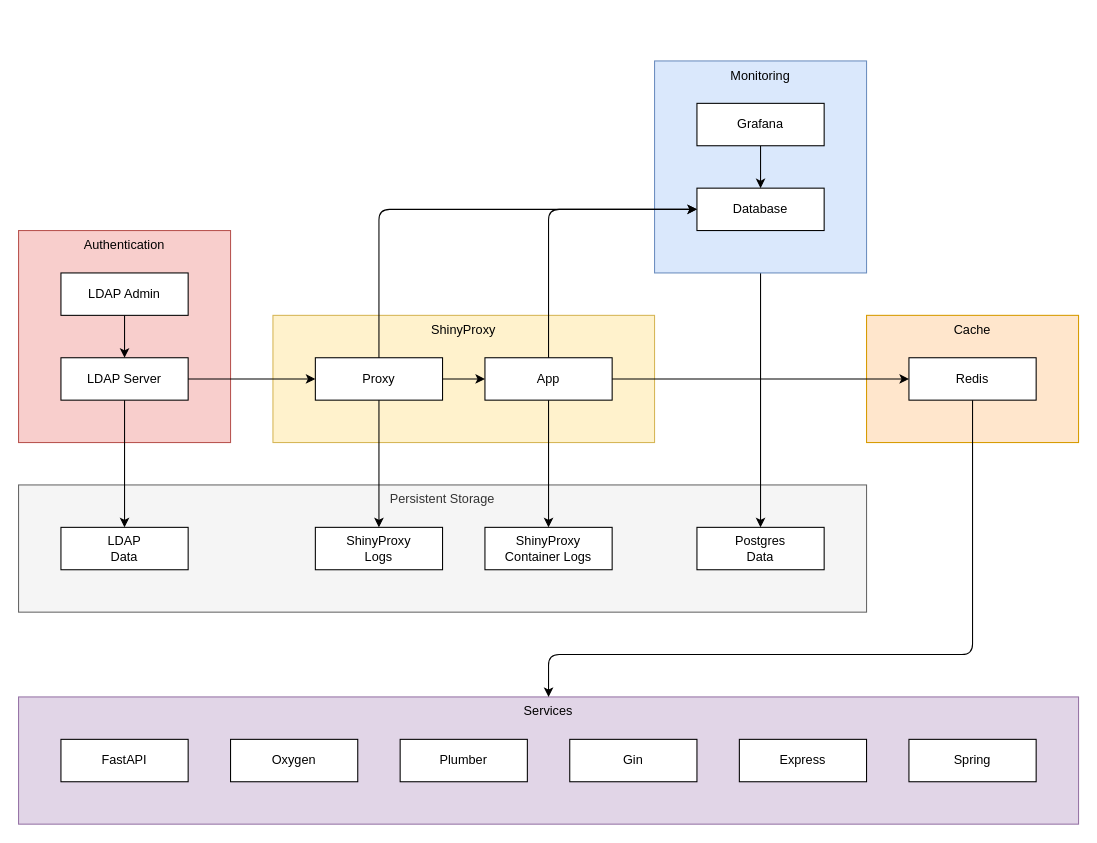
Before: architecture.drawio in Gotfrid/shiny-system-design, a draw.io diagram. Source tidied: cells renumbered, new cells numbered last; positions are measured from the earlier drawing's top-left corner, leaving out a move shared by most shapes. Both pictures are drawn from the tidied source at 106%, with x=0, y=0 at pixel (18, 60).
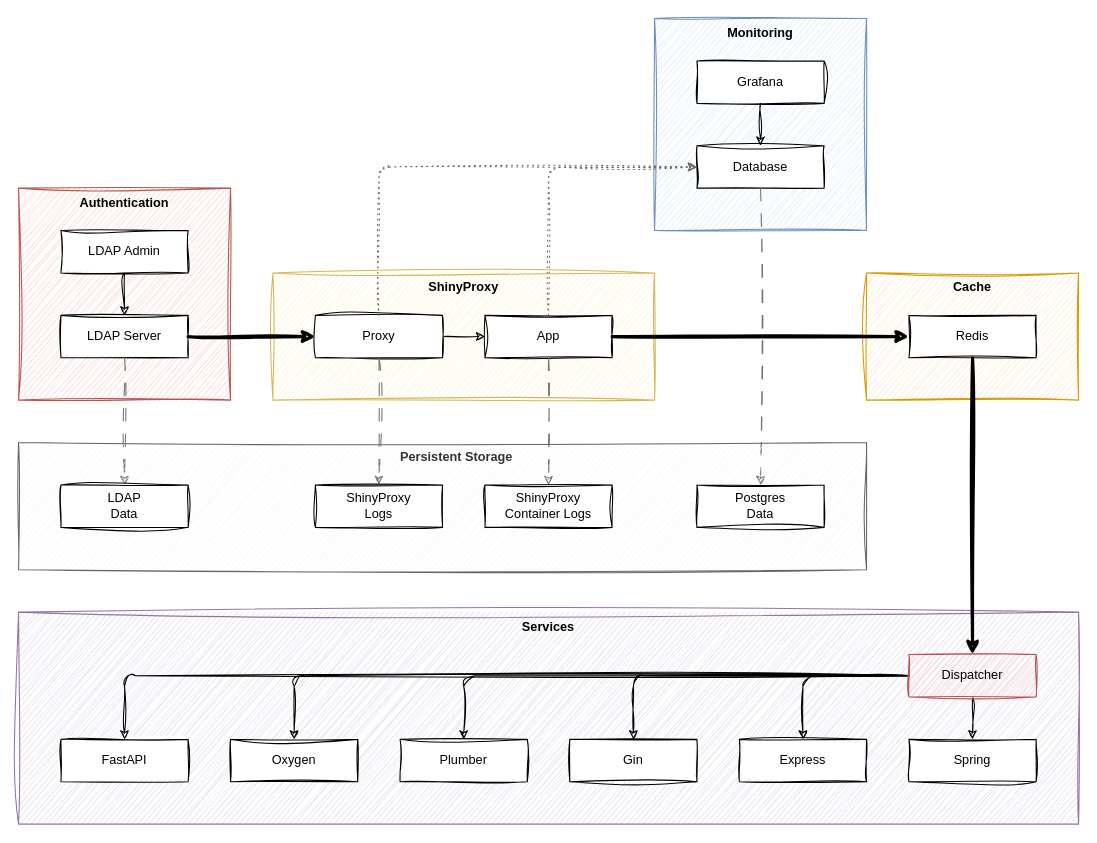
The same diagram, later.

Commit message:
feat: styled architecture

What changed in the source:
```diff
@@
-    <mxCell id="2" style="group;" parent="1" vertex="1">
-      <mxGeometry y="160" width="200" height="200" as="geometry" />
+    <mxCell id="2" style="group;fontStyle=1;sketch=1;curveFitting=1;jiggle=2;" parent="1" vertex="1">
+      <mxGeometry y="120" width="200" height="200" as="geometry" />
     </mxCell>
-    <mxCell id="3" value="Authentication" style="whiteSpace=wrap;html=1;verticalAlign=top;fillColor=#f8cecc;strokeColor=#b85450;" parent="2" vertex="1">
+    <mxCell id="3" value="Authentication" style="whiteSpace=wrap;html=1;verticalAlign=top;fillColor=#f8cecc;strokeColor=#b85450;fontStyle=1;sketch=1;curveFitting=1;jiggle=2;" parent="2" vertex="1">
       <mxGeometry width="200" height="200" as="geometry" />
     </mxCell>
-    <mxCell id="4" value="LDAP Server" style="whiteSpace=wrap;html=1;" parent="2" vertex="1">
+    <mxCell id="4" value="LDAP Server" style="whiteSpace=wrap;html=1;sketch=1;curveFitting=1;jiggle=2;" parent="2" vertex="1">
       <mxGeometry x="40" y="120" width="120" height="40" as="geometry" />
     </mxCell>
-    <mxCell id="5" style="edgeStyle=none;html=1;" parent="2" edge="1" source="6" target="4">
+    <mxCell id="5" style="edgeStyle=none;html=1;sketch=1;curveFitting=1;jiggle=2;" parent="2" edge="1" source="6" target="4">
       <mxGeometry relative="1" as="geometry" />
     </mxCell>
-    <mxCell id="6" value="LDAP Admin" style="whiteSpace=wrap;html=1;" parent="2" vertex="1">
+    <mxCell id="6" value="LDAP Admin" style="whiteSpace=wrap;html=1;sketch=1;curveFitting=1;jiggle=2;" parent="2" vertex="1">
       <mxGeometry x="40" y="40" width="120" height="40" as="geometry" />
     </mxCell>
-    <mxCell id="7" style="group;verticalAlign=top;" parent="1" vertex="1">
-      <mxGeometry y="400" width="800" height="120" as="geometry" />
-    </mxCell>
-    <mxCell id="8" value="Persistent Storage" style="whiteSpace=wrap;html=1;fillColor=#f5f5f5;fontColor=#333333;strokeColor=#666666;align=center;verticalAlign=top;" parent="7" vertex="1">
-      <mxGeometry width="800" height="120" as="geometry" />
-    </mxCell>
-    <mxCell id="9" value="LDAP&lt;div&gt;Data&lt;/div&gt;" style="whiteSpace=wrap;html=1;" parent="7" vertex="1">
-      <mxGeometry x="40" y="40" width="120" height="40" as="geometry" />
-    </mxCell>
-    <mxCell id="10" value="ShinyProxy&lt;div&gt;Logs&lt;/div&gt;" style="whiteSpace=wrap;html=1;" parent="7" vertex="1">
-      <mxGeometry x="280" y="40" width="120" height="40" as="geometry" />
-    </mxCell>
-    <mxCell id="11" value="ShinyProxy&lt;div&gt;Container Logs&lt;/div&gt;" style="whiteSpace=wrap;html=1;" parent="7" vertex="1">
-      <mxGeometry x="440" y="40" width="120" height="40" as="geometry" />
-    </mxCell>
-    <mxCell id="12" value="Postgres&lt;div&gt;Data&lt;/div&gt;" style="whiteSpace=wrap;html=1;" parent="7" vertex="1">
-      <mxGeometry x="640" y="40" width="120" height="40" as="geometry" />
-    </mxCell>
-    <mxCell id="13" style="edgeStyle=none;html=1;exitX=0.5;exitY=1;exitDx=0;exitDy=0;entryX=0.5;entryY=0;entryDx=0;entryDy=0;" parent="1" edge="1" source="4" target="9">
-      <mxGeometry relative="1" as="geometry" />
-    </mxCell>
-    <mxCell id="14" style="group;" parent="1" vertex="1">
-      <mxGeometry x="240" y="240" width="360" height="120" as="geometry" />
+    <mxCell id="14" style="group;sketch=1;curveFitting=1;jiggle=2;" parent="1" vertex="1">
+      <mxGeometry x="240" y="200" width="360" height="120" as="geometry" />
     </mxCell>
-    <mxCell id="15" value="ShinyProxy" style="whiteSpace=wrap;html=1;verticalAlign=top;fillColor=#fff2cc;strokeColor=#d6b656;" parent="14" vertex="1">
+    <mxCell id="15" value="ShinyProxy" style="whiteSpace=wrap;html=1;verticalAlign=top;fillColor=#fff2cc;strokeColor=#d6b656;fontStyle=1;sketch=1;curveFitting=1;jiggle=2;" parent="14" vertex="1">
       <mxGeometry width="360" height="120" as="geometry" />
     </mxCell>
-    <mxCell id="16" value="App" style="whiteSpace=wrap;html=1;" parent="14" vertex="1">
+    <mxCell id="16" value="App" style="whiteSpace=wrap;html=1;sketch=1;curveFitting=1;jiggle=2;" parent="14" vertex="1">
       <mxGeometry x="200" y="40" width="120" height="40" as="geometry" />
     </mxCell>
-    <mxCell id="17" style="edgeStyle=none;html=1;" parent="14" edge="1" source="18" target="16">
+    <mxCell id="17" style="edgeStyle=none;html=1;sketch=1;curveFitting=1;jiggle=2;" parent="14" edge="1" source="18" target="16">
       <mxGeometry relative="1" as="geometry" />
     </mxCell>
-    <mxCell id="18" value="Proxy" style="whiteSpace=wrap;html=1;" parent="14" vertex="1">
+    <mxCell id="18" value="Proxy" style="whiteSpace=wrap;html=1;sketch=1;curveFitting=1;jiggle=2;" parent="14" vertex="1">
       <mxGeometry x="40" y="40" width="120" height="40" as="geometry" />
     </mxCell>
-    <mxCell id="19" style="edgeStyle=none;html=1;exitX=1;exitY=0.5;exitDx=0;exitDy=0;entryX=0;entryY=0.5;entryDx=0;entryDy=0;" parent="1" edge="1" source="4" target="18">
+    <mxCell id="19" style="edgeStyle=none;html=1;exitX=1;exitY=0.5;exitDx=0;exitDy=0;entryX=0;entryY=0.5;entryDx=0;entryDy=0;strokeWidth=3;sketch=1;curveFitting=1;jiggle=2;" parent="1" edge="1" source="4" target="18">
       <mxGeometry relative="1" as="geometry" />
     </mxCell>
-    <mxCell id="20" style="edgeStyle=none;html=1;exitX=0.5;exitY=1;exitDx=0;exitDy=0;entryX=0.5;entryY=0;entryDx=0;entryDy=0;" parent="1" edge="1" source="18" target="10">
-      <mxGeometry relative="1" as="geometry" />
-    </mxCell>
-    <mxCell id="21" style="edgeStyle=none;html=1;exitX=0.5;exitY=1;exitDx=0;exitDy=0;entryX=0.5;entryY=0;entryDx=0;entryDy=0;" parent="1" edge="1" source="16" target="11">
-      <mxGeometry relative="1" as="geometry" />
-    </mxCell>
-    <mxCell id="22" style="edgeStyle=none;html=1;exitX=0.5;exitY=1;exitDx=0;exitDy=0;entryX=0.5;entryY=0;entryDx=0;entryDy=0;" parent="1" edge="1" source="36" target="12">
-      <mxGeometry relative="1" as="geometry" />
-    </mxCell>
-    <mxCell id="23" style="group;" parent="1" vertex="1">
-      <mxGeometry x="800" y="240" width="200" height="120" as="geometry" />
+    <mxCell id="23" style="group;sketch=1;curveFitting=1;jiggle=2;" parent="1" vertex="1">
+      <mxGeometry x="800" y="200" width="200" height="120" as="geometry" />
     </mxCell>
-    <mxCell id="24" value="Cache" style="whiteSpace=wrap;html=1;fillColor=#ffe6cc;strokeColor=#d79b00;verticalAlign=top;" parent="23" vertex="1">
+    <mxCell id="24" value="&lt;b&gt;Cache&lt;/b&gt;" style="whiteSpace=wrap;html=1;fillColor=#ffe6cc;strokeColor=#d79b00;verticalAlign=top;sketch=1;curveFitting=1;jiggle=2;" parent="23" vertex="1">
       <mxGeometry width="200" height="120" as="geometry" />
     </mxCell>
-    <mxCell id="25" value="Redis" style="whiteSpace=wrap;html=1;" parent="23" vertex="1">
+    <mxCell id="25" value="Redis" style="whiteSpace=wrap;html=1;sketch=1;curveFitting=1;jiggle=2;" parent="23" vertex="1">
       <mxGeometry x="40" y="40" width="120" height="40" as="geometry" />
     </mxCell>
-    <mxCell id="26" style="edgeStyle=none;html=1;exitX=1;exitY=0.5;exitDx=0;exitDy=0;entryX=0;entryY=0.5;entryDx=0;entryDy=0;" parent="1" edge="1" source="16" target="25">
+    <mxCell id="26" style="edgeStyle=none;html=1;exitX=1;exitY=0.5;exitDx=0;exitDy=0;entryX=0;entryY=0.5;entryDx=0;entryDy=0;strokeWidth=3;sketch=1;curveFitting=1;jiggle=2;" parent="1" edge="1" source="16" target="25">
       <mxGeometry relative="1" as="geometry" />
     </mxCell>
-    <mxCell id="27" value="Services" style="whiteSpace=wrap;html=1;verticalAlign=top;fillColor=#e1d5e7;strokeColor=#9673a6;" parent="1" vertex="1">
-      <mxGeometry y="600" width="1000" height="120" as="geometry" />
+    <mxCell id="27" value="&lt;b&gt;Services&lt;/b&gt;" style="whiteSpace=wrap;html=1;verticalAlign=top;fillColor=#e1d5e7;strokeColor=#9673a6;sketch=1;curveFitting=1;jiggle=2;" parent="1" vertex="1">
+      <mxGeometry y="520" width="1000" height="200" as="geometry" />
     </mxCell>
-    <mxCell id="28" value="FastAPI" style="whiteSpace=wrap;html=1;" parent="1" vertex="1">
+    <mxCell id="28" value="FastAPI" style="whiteSpace=wrap;html=1;sketch=1;curveFitting=1;jiggle=2;" parent="1" vertex="1">
       <mxGeometry x="40" y="640" width="120" height="40" as="geometry" />
     </mxCell>
-    <mxCell id="29" value="Plumber" style="whiteSpace=wrap;html=1;" parent="1" vertex="1">
+    <mxCell id="29" value="Plumber" style="whiteSpace=wrap;html=1;sketch=1;curveFitting=1;jiggle=2;" parent="1" vertex="1">
       <mxGeometry x="360" y="640" width="120" height="40" as="geometry" />
     </mxCell>
-    <mxCell id="30" value="Express" style="whiteSpace=wrap;html=1;" parent="1" vertex="1">
+    <mxCell id="30" value="Express" style="whiteSpace=wrap;html=1;sketch=1;curveFitting=1;jiggle=2;" parent="1" vertex="1">
       <mxGeometry x="680" y="640" width="120" height="40" as="geometry" />
     </mxCell>
-    <mxCell id="31" value="Oxygen" style="whiteSpace=wrap;html=1;" parent="1" vertex="1">
+    <mxCell id="31" value="Oxygen" style="whiteSpace=wrap;html=1;sketch=1;curveFitting=1;jiggle=2;" parent="1" vertex="1">
       <mxGeometry x="200" y="640" width="120" height="40" as="geometry" />
     </mxCell>
-    <mxCell id="32" value="Gin" style="whiteSpace=wrap;html=1;" parent="1" vertex="1">
+    <mxCell id="32" value="Gin" style="whiteSpace=wrap;html=1;sketch=1;curveFitting=1;jiggle=2;" parent="1" vertex="1">
       <mxGeometry x="520" y="640" width="120" height="40" as="geometry" />
     </mxCell>
-    <mxCell id="33" value="Spring" style="whiteSpace=wrap;html=1;" parent="1" vertex="1">
+    <mxCell id="33" value="Spring" style="whiteSpace=wrap;html=1;sketch=1;curveFitting=1;jiggle=2;" parent="1" vertex="1">
       <mxGeometry x="840" y="640" width="120" height="40" as="geometry" />
     </mxCell>
-    <mxCell id="34" style="edgeStyle=none;html=1;exitX=0.5;exitY=1;exitDx=0;exitDy=0;entryX=0.5;entryY=0;entryDx=0;entryDy=0;" parent="1" edge="1" source="25" target="27">
-      <mxGeometry relative="1" as="geometry">
-        <Array as="points">
-          <mxPoint x="900" y="560" />
-          <mxPoint x="500" y="560" />
-        </Array>
-      </mxGeometry>
-    </mxCell>
-    <mxCell id="35" value="Monitoring" style="whiteSpace=wrap;html=1;verticalAlign=top;fillColor=#dae8fc;strokeColor=#6c8ebf;" parent="1" vertex="1">
-      <mxGeometry x="600" width="200" height="200" as="geometry" />
+    <mxCell id="35" value="&lt;b&gt;Monitoring&lt;/b&gt;" style="whiteSpace=wrap;html=1;verticalAlign=top;fillColor=#dae8fc;strokeColor=#6c8ebf;sketch=1;curveFitting=1;jiggle=2;" parent="1" vertex="1">
+      <mxGeometry x="600" y="-40" width="200" height="200" as="geometry" />
     </mxCell>
-    <mxCell id="36" value="Database" style="whiteSpace=wrap;html=1;" parent="1" vertex="1">
-      <mxGeometry x="640" y="120" width="120" height="40" as="geometry" />
+    <mxCell id="36" value="Database" style="whiteSpace=wrap;html=1;sketch=1;curveFitting=1;jiggle=2;" parent="1" vertex="1">
+      <mxGeometry x="640" y="80" width="120" height="40" as="geometry" />
     </mxCell>
-    <mxCell id="37" style="edgeStyle=none;html=1;" parent="1" edge="1" source="38" target="36">
+    <mxCell id="37" style="edgeStyle=none;html=1;sketch=1;curveFitting=1;jiggle=2;" parent="1" edge="1" source="38" target="36">
       <mxGeometry relative="1" as="geometry" />
     </mxCell>
-    <mxCell id="38" value="Grafana" style="whiteSpace=wrap;html=1;" parent="1" vertex="1">
-      <mxGeometry x="640" y="40" width="120" height="40" as="geometry" />
+    <mxCell id="38" value="Grafana" style="whiteSpace=wrap;html=1;sketch=1;curveFitting=1;jiggle=2;" parent="1" vertex="1">
+      <mxGeometry x="640" width="120" height="40" as="geometry" />
     </mxCell>
-    <mxCell id="39" style="edgeStyle=none;html=1;exitX=0.5;exitY=0;exitDx=0;exitDy=0;entryX=0;entryY=0.5;entryDx=0;entryDy=0;" parent="1" edge="1" source="16" target="36">
+    <mxCell id="39" style="edgeStyle=none;html=1;exitX=0.5;exitY=0;exitDx=0;exitDy=0;entryX=0;entryY=0.5;entryDx=0;entryDy=0;fillColor=#f5f5f5;gradientColor=#b3b3b3;strokeColor=#666666;sketch=1;curveFitting=1;jiggle=2;shadow=0;dashed=1;dashPattern=1 4;" parent="1" edge="1" source="16" target="36">
       <mxGeometry relative="1" as="geometry">
         <Array as="points">
-          <mxPoint x="500" y="140" />
+          <mxPoint x="500" y="100" />
         </Array>
       </mxGeometry>
     </mxCell>
-    <mxCell id="40" style="edgeStyle=none;html=1;exitX=0.5;exitY=0;exitDx=0;exitDy=0;entryX=0;entryY=0.5;entryDx=0;entryDy=0;" parent="1" edge="1" source="18" target="36">
+    <mxCell id="40" style="edgeStyle=none;html=1;exitX=0.5;exitY=0;exitDx=0;exitDy=0;entryX=0;entryY=0.5;entryDx=0;entryDy=0;fillColor=#f5f5f5;gradientColor=#b3b3b3;strokeColor=#666666;sketch=1;curveFitting=1;jiggle=2;shadow=0;dashed=1;dashPattern=1 4;" parent="1" edge="1" source="18" target="36">
       <mxGeometry relative="1" as="geometry">
         <Array as="points">
-          <mxPoint x="340" y="140" />
+          <mxPoint x="340" y="100" />
         </Array>
       </mxGeometry>
     </mxCell>
+    <mxCell id="41" style="edgeStyle=none;html=1;sketch=1;curveFitting=1;jiggle=2;" parent="1" edge="1" source="47" target="33">
+      <mxGeometry relative="1" as="geometry" />
+    </mxCell>
+    <mxCell id="42" style="edgeStyle=orthogonalEdgeStyle;html=1;exitX=0;exitY=0.5;exitDx=0;exitDy=0;entryX=0.5;entryY=0;entryDx=0;entryDy=0;sketch=1;curveFitting=1;jiggle=2;" parent="1" edge="1" source="47" target="30">
+      <mxGeometry relative="1" as="geometry" />
+    </mxCell>
+    <mxCell id="43" style="edgeStyle=orthogonalEdgeStyle;html=1;exitX=0;exitY=0.5;exitDx=0;exitDy=0;entryX=0.5;entryY=0;entryDx=0;entryDy=0;sketch=1;curveFitting=1;jiggle=2;" parent="1" edge="1" source="47" target="32">
+      <mxGeometry relative="1" as="geometry" />
+    </mxCell>
+    <mxCell id="44" style="edgeStyle=orthogonalEdgeStyle;html=1;exitX=0;exitY=0.5;exitDx=0;exitDy=0;entryX=0.5;entryY=0;entryDx=0;entryDy=0;sketch=1;curveFitting=1;jiggle=2;" parent="1" edge="1" source="47" target="29">
+      <mxGeometry relative="1" as="geometry" />
+    </mxCell>
+    <mxCell id="45" style="edgeStyle=orthogonalEdgeStyle;html=1;exitX=0;exitY=0.5;exitDx=0;exitDy=0;entryX=0.5;entryY=0;entryDx=0;entryDy=0;sketch=1;curveFitting=1;jiggle=2;" parent="1" edge="1" source="47" target="31">
+      <mxGeometry relative="1" as="geometry" />
+    </mxCell>
+    <mxCell id="46" style="edgeStyle=orthogonalEdgeStyle;html=1;exitX=0;exitY=0.5;exitDx=0;exitDy=0;entryX=0.5;entryY=0;entryDx=0;entryDy=0;sketch=1;curveFitting=1;jiggle=2;" parent="1" edge="1" source="47" target="28">
+      <mxGeometry relative="1" as="geometry" />
+    </mxCell>
+    <mxCell id="47" value="Dispatcher" style="whiteSpace=wrap;html=1;fontStyle=0;sketch=1;curveFitting=1;jiggle=2;fillColor=#f8cecc;strokeColor=#b85450;" parent="1" vertex="1">
+      <mxGeometry x="840" y="560" width="120" height="40" as="geometry" />
+    </mxCell>
+    <mxCell id="48" style="edgeStyle=none;html=1;exitX=0.5;exitY=1;exitDx=0;exitDy=0;entryX=0.5;entryY=0;entryDx=0;entryDy=0;strokeWidth=3;sketch=1;curveFitting=1;jiggle=2;" parent="1" edge="1" source="25" target="47">
+      <mxGeometry relative="1" as="geometry" />
+    </mxCell>
+    <mxCell id="13" style="edgeStyle=none;html=1;exitX=0.5;exitY=1;exitDx=0;exitDy=0;entryX=0.5;entryY=0;entryDx=0;entryDy=0;strokeColor=#727272;dashed=1;dashPattern=12 12;sketch=1;curveFitting=1;jiggle=2;" parent="1" edge="1" source="4" target="9">
+      <mxGeometry relative="1" as="geometry" />
+    </mxCell>
+    <mxCell id="20" style="edgeStyle=none;html=1;exitX=0.5;exitY=1;exitDx=0;exitDy=0;entryX=0.5;entryY=0;entryDx=0;entryDy=0;strokeColor=#727272;dashed=1;dashPattern=12 12;sketch=1;curveFitting=1;jiggle=2;" parent="1" edge="1" source="18" target="10">
+      <mxGeometry relative="1" as="geometry" />
+    </mxCell>
+    <mxCell id="21" style="edgeStyle=none;html=1;exitX=0.5;exitY=1;exitDx=0;exitDy=0;entryX=0.5;entryY=0;entryDx=0;entryDy=0;strokeColor=#727272;dashed=1;dashPattern=12 12;sketch=1;curveFitting=1;jiggle=2;" parent="1" edge="1" source="16" target="11">
+      <mxGeometry relative="1" as="geometry" />
+    </mxCell>
+    <mxCell id="22" style="edgeStyle=none;html=1;exitX=0.5;exitY=1;exitDx=0;exitDy=0;entryX=0.5;entryY=0;entryDx=0;entryDy=0;dashed=1;dashPattern=12 12;strokeColor=#727272;sketch=1;curveFitting=1;jiggle=2;" parent="1" edge="1" source="36" target="12">
+      <mxGeometry relative="1" as="geometry" />
+    </mxCell>
+    <mxCell id="49" style="group;" parent="1" vertex="1">
+      <mxGeometry y="360" width="800" height="120" as="geometry" />
+    </mxCell>
+    <mxCell id="8" value="&lt;b&gt;&lt;span style=&quot;white-space: pre;&quot;&gt;&#9;&lt;/span&gt;Persistent Storage&lt;/b&gt;" style="whiteSpace=wrap;html=1;fillColor=#f5f5f5;fontColor=#333333;strokeColor=#666666;align=center;verticalAlign=top;sketch=1;curveFitting=1;jiggle=2;" parent="49" vertex="1">
+      <mxGeometry width="800" height="120" as="geometry" />
+    </mxCell>
+    <mxCell id="9" value="LDAP&lt;div&gt;Data&lt;/div&gt;" style="whiteSpace=wrap;html=1;sketch=1;curveFitting=1;jiggle=2;" parent="49" vertex="1">
+      <mxGeometry x="40" y="40" width="120" height="40" as="geometry" />
+    </mxCell>
+    <mxCell id="10" value="ShinyProxy&lt;div&gt;Logs&lt;/div&gt;" style="whiteSpace=wrap;html=1;sketch=1;curveFitting=1;jiggle=2;" parent="49" vertex="1">
+      <mxGeometry x="280" y="40" width="120" height="40" as="geometry" />
+    </mxCell>
+    <mxCell id="11" value="ShinyProxy&lt;div&gt;Container Logs&lt;/div&gt;" style="whiteSpace=wrap;html=1;sketch=1;curveFitting=1;jiggle=2;" parent="49" vertex="1">
+      <mxGeometry x="440" y="40" width="120" height="40" as="geometry" />
+    </mxCell>
+    <mxCell id="12" value="Postgres&lt;div&gt;Data&lt;/div&gt;" style="whiteSpace=wrap;html=1;sketch=1;curveFitting=1;jiggle=2;" parent="49" vertex="1">
+      <mxGeometry x="640" y="40" width="120" height="40" as="geometry" />
+    </mxCell>
```
